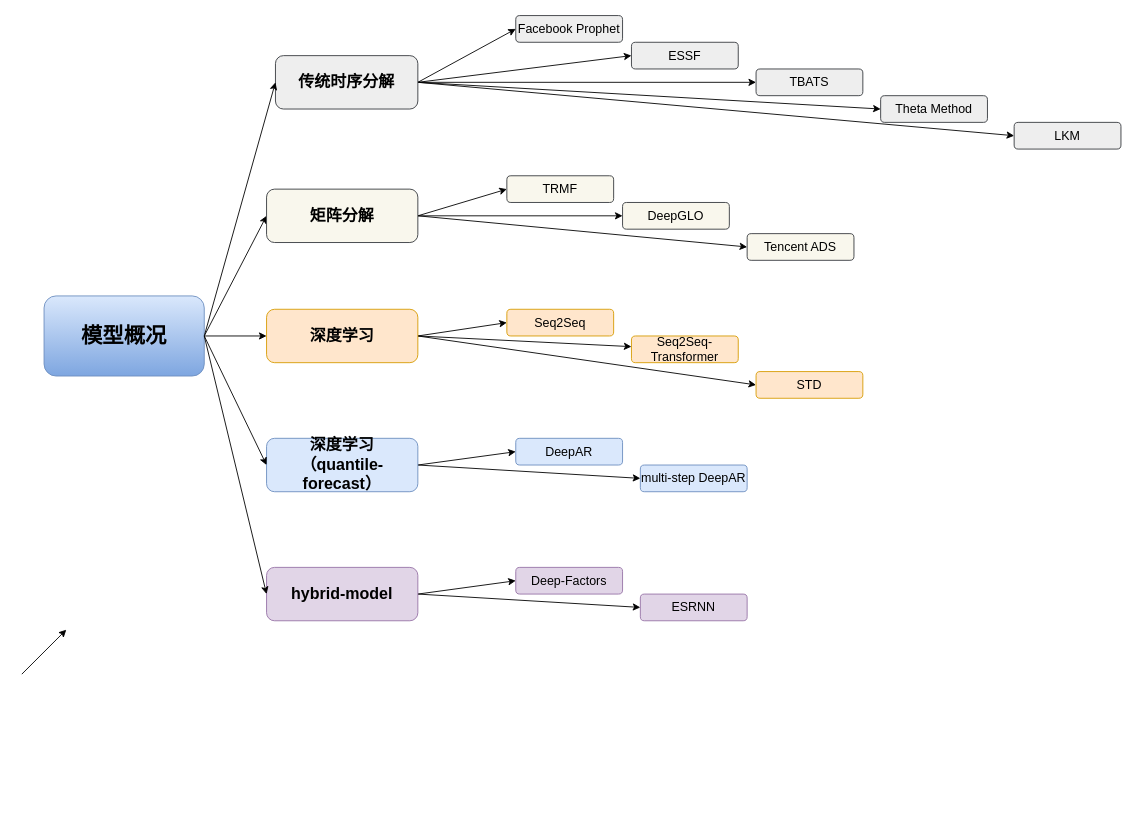
Before: Untitled Diagram.drawio in lennonmwy/lennonmwy1, a draw.io diagram. Source tidied: cells renumbered, new cells numbered last; positions are measured from the earlier drawing's top-left corner, leaving out a move shared by most shapes. Both pictures are drawn from the tidied source at 89%, with x=0, y=0 at pixel (21, 15).
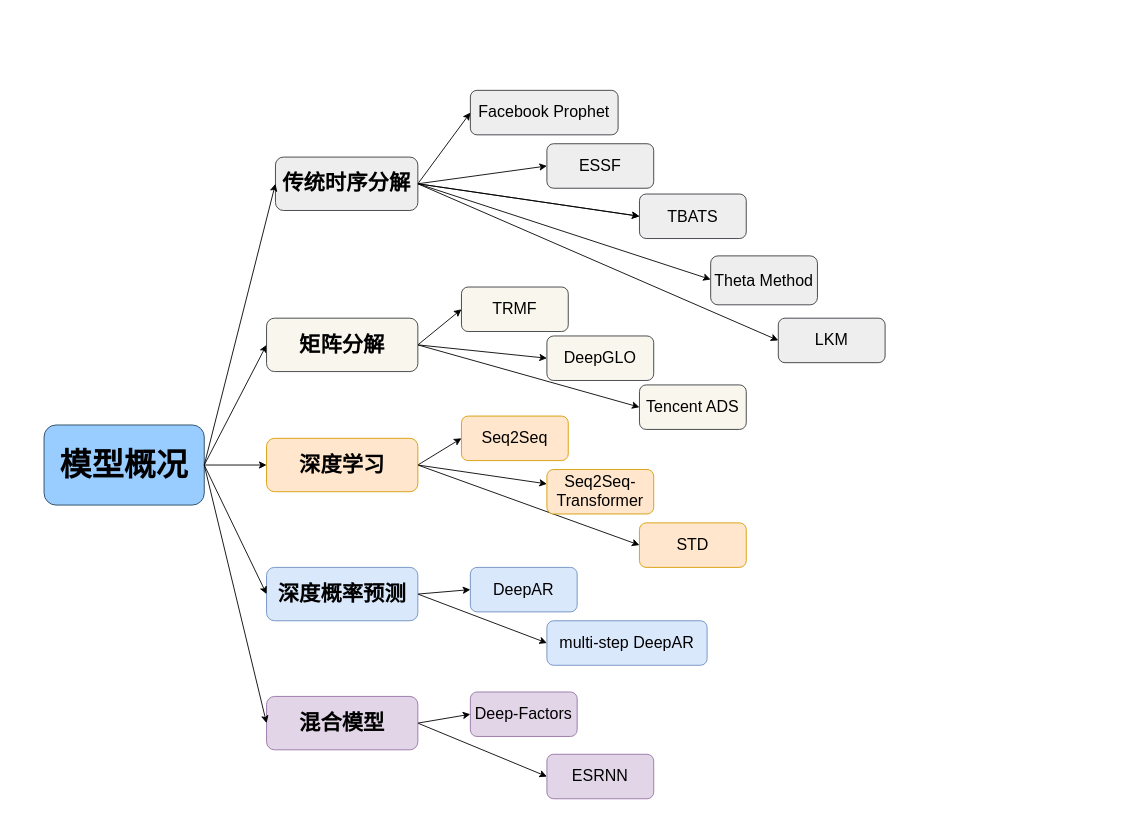
The same page after the edit.

Diff of the diagram source:
```diff
@@
     <mxCell id="2" style="endArrow=classic;html=1;entryX=0;entryY=0.5;entryDx=0;entryDy=0;exitX=1;exitY=0.5;exitDx=0;exitDy=0;" parent="1" edge="1" target="7">
       <mxGeometry relative="1" as="geometry">
-        <mxPoint x="205" y="360" as="sourcePoint" />
+        <mxPoint x="205" y="505" as="sourcePoint" />
       </mxGeometry>
     </mxCell>
-    <mxCell id="3" value="&lt;font style=&quot;font-size: 24px&quot;&gt;&lt;b&gt;模型概况&lt;/b&gt;&lt;/font&gt;" style="rounded=1;whiteSpace=wrap;html=1;fillColor=#dae8fc;strokeColor=#6c8ebf;gradientColor=#7ea6e0;" parent="1" vertex="1">
-      <mxGeometry x="25" y="315" width="180" height="90" as="geometry" />
+    <mxCell id="3" value="&lt;font style=&quot;font-size: 36px&quot;&gt;&lt;b&gt;模型概况&lt;/b&gt;&lt;/font&gt;" style="rounded=1;whiteSpace=wrap;html=1;fillColor=#99CCFF;strokeColor=#23445d;" parent="1" vertex="1">
+      <mxGeometry x="25" y="460" width="180" height="90" as="geometry" />
     </mxCell>
@@
-    <mxCell id="7" value="&lt;font style=&quot;font-size: 18px&quot;&gt;&lt;b&gt;矩阵分解&lt;/b&gt;&lt;/font&gt;" style="rounded=1;whiteSpace=wrap;html=1;fillColor=#f9f7ed;strokeColor=#36393d;" parent="1" vertex="1">
-      <mxGeometry x="275" y="195" width="170" height="60" as="geometry" />
+    <mxCell id="7" value="&lt;font style=&quot;font-size: 24px&quot;&gt;&lt;b&gt;矩阵分解&lt;/b&gt;&lt;/font&gt;" style="rounded=1;whiteSpace=wrap;html=1;fillColor=#f9f7ed;strokeColor=#36393d;" parent="1" vertex="1">
+      <mxGeometry x="275" y="340" width="170" height="60" as="geometry" />
     </mxCell>
@@
-    <mxCell id="11" value="&lt;font style=&quot;font-size: 18px&quot;&gt;&lt;b&gt;深度学习&lt;/b&gt;&lt;/font&gt;" style="rounded=1;whiteSpace=wrap;html=1;fillColor=#ffe6cc;strokeColor=#d79b00;" parent="1" vertex="1">
-      <mxGeometry x="275" y="330" width="170" height="60" as="geometry" />
+    <mxCell id="11" value="&lt;font style=&quot;font-size: 24px&quot;&gt;&lt;b&gt;深度学习&lt;/b&gt;&lt;/font&gt;" style="rounded=1;whiteSpace=wrap;html=1;fillColor=#ffe6cc;strokeColor=#d79b00;" parent="1" vertex="1">
+      <mxGeometry x="275" y="475" width="170" height="60" as="geometry" />
     </mxCell>
@@
-    <mxCell id="14" value="&lt;font style=&quot;font-size: 18px&quot;&gt;&lt;b&gt;深度学习&lt;br&gt;（quantile-forecast）&lt;/b&gt;&lt;/font&gt;" style="rounded=1;whiteSpace=wrap;html=1;fillColor=#dae8fc;strokeColor=#6c8ebf;" parent="1" vertex="1">
-      <mxGeometry x="275" y="475" width="170" height="60" as="geometry" />
+    <mxCell id="14" value="&lt;span style=&quot;font-size: 24px&quot;&gt;&lt;b&gt;深度概率预测&lt;/b&gt;&lt;/span&gt;" style="rounded=1;whiteSpace=wrap;html=1;fillColor=#dae8fc;strokeColor=#6c8ebf;" parent="1" vertex="1">
+      <mxGeometry x="275" y="620" width="170" height="60" as="geometry" />
     </mxCell>
@@
-    <mxCell id="17" value="&lt;font style=&quot;font-size: 18px&quot;&gt;&lt;b&gt;hybrid-model&lt;/b&gt;&lt;/font&gt;" style="rounded=1;whiteSpace=wrap;html=1;fillColor=#e1d5e7;strokeColor=#9673a6;" parent="1" vertex="1">
-      <mxGeometry x="275" y="620" width="170" height="60" as="geometry" />
+    <mxCell id="17" value="&lt;b&gt;&lt;font style=&quot;font-size: 24px&quot;&gt;混合模型&lt;/font&gt;&lt;/b&gt;" style="rounded=1;whiteSpace=wrap;html=1;fillColor=#e1d5e7;strokeColor=#9673a6;" parent="1" vertex="1">
+      <mxGeometry x="275" y="765" width="170" height="60" as="geometry" />
     </mxCell>
     <mxCell id="18" style="endArrow=classic;html=1;entryX=0;entryY=0.5;entryDx=0;entryDy=0;exitX=1;exitY=0.5;exitDx=0;exitDy=0;" parent="1" edge="1" target="11">
       <mxGeometry relative="1" as="geometry">
-        <mxPoint x="205" y="360" as="sourcePoint" />
+        <mxPoint x="205" y="505" as="sourcePoint" />
       </mxGeometry>
     </mxCell>
-    <mxCell id="19" value="&lt;font style=&quot;font-size: 14px&quot;&gt;Facebook Prophet&lt;/font&gt;" style="rounded=1;whiteSpace=wrap;html=1;fillColor=#eeeeee;strokeColor=#36393d;" parent="1" vertex="1">
-      <mxGeometry x="555" width="120" height="30" as="geometry" />
+    <mxCell id="19" value="&lt;font style=&quot;font-size: 18px&quot;&gt;Facebook Prophet&lt;/font&gt;" style="rounded=1;whiteSpace=wrap;html=1;fillColor=#eeeeee;strokeColor=#36393d;" parent="1" vertex="1">
+      <mxGeometry x="504" y="84" width="166" height="50" as="geometry" />
     </mxCell>
-    <mxCell id="20" value="&lt;font style=&quot;font-size: 14px&quot;&gt;ESSF&lt;/font&gt;" style="rounded=1;whiteSpace=wrap;html=1;fillColor=#eeeeee;strokeColor=#36393d;" parent="1" vertex="1">
-      <mxGeometry x="685" y="30" width="120" height="30" as="geometry" />
+    <mxCell id="20" value="&lt;font style=&quot;font-size: 18px&quot;&gt;ESSF&lt;/font&gt;" style="rounded=1;whiteSpace=wrap;html=1;fillColor=#eeeeee;strokeColor=#36393d;" parent="1" vertex="1">
+      <mxGeometry x="590" y="144" width="120" height="50" as="geometry" />
     </mxCell>
-    <mxCell id="21" value="&lt;font style=&quot;font-size: 14px&quot;&gt;TBATS&lt;/font&gt;" style="rounded=1;whiteSpace=wrap;html=1;fillColor=#eeeeee;strokeColor=#36393d;" parent="1" vertex="1">
-      <mxGeometry x="825" y="60" width="120" height="30" as="geometry" />
-    </mxCell>
@@
-    <mxCell id="25" style="edgeStyle=none;rounded=0;jettySize=auto;html=1;exitX=1;exitY=0.5;exitDx=0;exitDy=0;entryX=0;entryY=0.5;entryDx=0;entryDy=0;" parent="1" edge="1" source="27" target="29">
-      <mxGeometry relative="1" as="geometry" />
+    <mxCell id="25" style="edgeStyle=none;rounded=0;jettySize=auto;html=1;exitX=1;exitY=0.5;exitDx=0;exitDy=0;entryX=0;entryY=0.5;entryDx=0;entryDy=0;" parent="1" edge="1" source="27">
+      <mxGeometry relative="1" as="geometry">
+        <mxPoint x="774" y="296.5" as="targetPoint" />
+      </mxGeometry>
     </mxCell>
@@
-    <mxCell id="27" value="&lt;font style=&quot;font-size: 18px&quot;&gt;&lt;b&gt;传统时序分解&lt;/b&gt;&lt;/font&gt;" style="rounded=1;whiteSpace=wrap;html=1;fillColor=#eeeeee;strokeColor=#36393d;" parent="1" vertex="1">
-      <mxGeometry x="285" y="45" width="160" height="60" as="geometry" />
+    <mxCell id="27" value="&lt;font style=&quot;font-size: 24px&quot;&gt;&lt;b&gt;传统时序分解&lt;/b&gt;&lt;/font&gt;" style="rounded=1;whiteSpace=wrap;html=1;fillColor=#eeeeee;strokeColor=#36393d;" parent="1" vertex="1">
+      <mxGeometry x="285" y="159" width="160" height="60" as="geometry" />
     </mxCell>
     <mxCell id="28" style="endArrow=classic;html=1;entryX=0;entryY=0.5;entryDx=0;entryDy=0;exitX=1;exitY=0.5;exitDx=0;exitDy=0;" parent="1" edge="1" target="27">
       <mxGeometry relative="1" as="geometry">
-        <mxPoint x="205" y="360" as="sourcePoint" />
+        <mxPoint x="205" y="505" as="sourcePoint" />
       </mxGeometry>
     </mxCell>
-    <mxCell id="29" value="&lt;font style=&quot;font-size: 14px&quot;&gt;Theta Method&lt;/font&gt;" style="rounded=1;whiteSpace=wrap;html=1;fillColor=#eeeeee;strokeColor=#36393d;" parent="1" vertex="1">
-      <mxGeometry x="965" y="90" width="120" height="30" as="geometry" />
+    <mxCell id="29" value="&lt;font style=&quot;font-size: 18px&quot;&gt;Theta Method&lt;/font&gt;" style="rounded=1;whiteSpace=wrap;html=1;fillColor=#eeeeee;strokeColor=#36393d;" parent="1" vertex="1">
+      <mxGeometry x="774" y="270" width="120" height="55" as="geometry" />
     </mxCell>
-    <mxCell id="30" value="&lt;font style=&quot;font-size: 14px&quot;&gt;LKM&lt;/font&gt;" style="rounded=1;whiteSpace=wrap;html=1;fillColor=#eeeeee;strokeColor=#36393d;" parent="1" vertex="1">
-      <mxGeometry x="1115" y="120" width="120" height="30" as="geometry" />
+    <mxCell id="30" value="&lt;font style=&quot;font-size: 18px&quot;&gt;LKM&lt;/font&gt;" style="rounded=1;whiteSpace=wrap;html=1;fillColor=#eeeeee;strokeColor=#36393d;" parent="1" vertex="1">
+      <mxGeometry x="850" y="340" width="120" height="50" as="geometry" />
     </mxCell>
-    <mxCell id="31" value="&lt;font style=&quot;font-size: 14px&quot;&gt;TRMF&lt;/font&gt;" style="rounded=1;whiteSpace=wrap;html=1;fillColor=#f9f7ed;strokeColor=#36393d;" parent="1" vertex="1">
-      <mxGeometry x="545" y="180" width="120" height="30" as="geometry" />
+    <mxCell id="31" value="&lt;font style=&quot;font-size: 18px&quot;&gt;TRMF&lt;/font&gt;" style="rounded=1;whiteSpace=wrap;html=1;fillColor=#f9f7ed;strokeColor=#36393d;" parent="1" vertex="1">
+      <mxGeometry x="494" y="305" width="120" height="50" as="geometry" />
     </mxCell>
-    <mxCell id="32" value="&lt;font style=&quot;font-size: 14px&quot;&gt;DeepGLO&lt;/font&gt;" style="rounded=1;whiteSpace=wrap;html=1;fillColor=#f9f7ed;strokeColor=#36393d;" parent="1" vertex="1">
-      <mxGeometry x="675" y="210" width="120" height="30" as="geometry" />
+    <mxCell id="32" value="&lt;font style=&quot;font-size: 18px&quot;&gt;DeepGLO&lt;/font&gt;" style="rounded=1;whiteSpace=wrap;html=1;fillColor=#f9f7ed;strokeColor=#36393d;" parent="1" vertex="1">
+      <mxGeometry x="590" y="360" width="120" height="50" as="geometry" />
     </mxCell>
-    <mxCell id="33" value="&lt;font style=&quot;font-size: 14px&quot;&gt;Tencent ADS&lt;/font&gt;" style="rounded=1;whiteSpace=wrap;html=1;fillColor=#f9f7ed;strokeColor=#36393d;" parent="1" vertex="1">
-      <mxGeometry x="815" y="245" width="120" height="30" as="geometry" />
+    <mxCell id="33" value="&lt;font style=&quot;font-size: 18px&quot;&gt;Tencent ADS&lt;/font&gt;" style="rounded=1;whiteSpace=wrap;html=1;fillColor=#f9f7ed;strokeColor=#36393d;" parent="1" vertex="1">
+      <mxGeometry x="694" y="415" width="120" height="50" as="geometry" />
     </mxCell>
-    <mxCell id="34" value="&lt;font style=&quot;font-size: 14px&quot;&gt;Seq2Seq&lt;/font&gt;" style="rounded=1;whiteSpace=wrap;html=1;fillColor=#ffe6cc;strokeColor=#d79b00;" parent="1" vertex="1">
-      <mxGeometry x="545" y="330" width="120" height="30" as="geometry" />
+    <mxCell id="34" value="&lt;font style=&quot;font-size: 18px&quot;&gt;Seq2Seq&lt;/font&gt;" style="rounded=1;whiteSpace=wrap;html=1;fillColor=#ffe6cc;strokeColor=#d79b00;" parent="1" vertex="1">
+      <mxGeometry x="494" y="450" width="120" height="50" as="geometry" />
     </mxCell>
-    <mxCell id="35" value="&lt;font style=&quot;font-size: 14px&quot;&gt;Seq2Seq-Transformer&lt;/font&gt;" style="rounded=1;whiteSpace=wrap;html=1;fillColor=#ffe6cc;strokeColor=#d79b00;" parent="1" vertex="1">
-      <mxGeometry x="685" y="360" width="120" height="30" as="geometry" />
+    <mxCell id="35" value="&lt;font style=&quot;font-size: 18px&quot;&gt;Seq2Seq-Transformer&lt;/font&gt;" style="rounded=1;whiteSpace=wrap;html=1;fillColor=#ffe6cc;strokeColor=#d79b00;" parent="1" vertex="1">
+      <mxGeometry x="590" y="510" width="120" height="50" as="geometry" />
     </mxCell>
-    <mxCell id="36" value="&lt;font style=&quot;font-size: 14px&quot;&gt;STD&lt;/font&gt;" style="rounded=1;whiteSpace=wrap;html=1;fillColor=#ffe6cc;strokeColor=#d79b00;" parent="1" vertex="1">
-      <mxGeometry x="825" y="400" width="120" height="30" as="geometry" />
+    <mxCell id="36" value="&lt;font style=&quot;font-size: 18px&quot;&gt;STD&lt;/font&gt;" style="rounded=1;whiteSpace=wrap;html=1;fillColor=#ffe6cc;strokeColor=#d79b00;" parent="1" vertex="1">
+      <mxGeometry x="694" y="570" width="120" height="50" as="geometry" />
     </mxCell>
-    <mxCell id="37" value="&lt;font style=&quot;font-size: 14px&quot;&gt;DeepAR&lt;/font&gt;" style="rounded=1;whiteSpace=wrap;html=1;fillColor=#dae8fc;strokeColor=#6c8ebf;" parent="1" vertex="1">
-      <mxGeometry x="555" y="475" width="120" height="30" as="geometry" />
+    <mxCell id="37" value="&lt;font style=&quot;font-size: 18px&quot;&gt;DeepAR&lt;/font&gt;" style="rounded=1;whiteSpace=wrap;html=1;fillColor=#dae8fc;strokeColor=#6c8ebf;" parent="1" vertex="1">
+      <mxGeometry x="504" y="620" width="120" height="50" as="geometry" />
     </mxCell>
-    <mxCell id="38" value="&lt;font style=&quot;font-size: 14px&quot;&gt;multi-step DeepAR&lt;/font&gt;" style="rounded=1;whiteSpace=wrap;html=1;fillColor=#dae8fc;strokeColor=#6c8ebf;" parent="1" vertex="1">
-      <mxGeometry x="695" y="505" width="120" height="30" as="geometry" />
+    <mxCell id="38" value="&lt;font style=&quot;font-size: 18px&quot;&gt;multi-step DeepAR&lt;/font&gt;" style="rounded=1;whiteSpace=wrap;html=1;fillColor=#dae8fc;strokeColor=#6c8ebf;" parent="1" vertex="1">
+      <mxGeometry x="590" y="680" width="180" height="50" as="geometry" />
     </mxCell>
-    <mxCell id="39" value="&lt;font style=&quot;font-size: 14px&quot;&gt;Deep-Factors&lt;/font&gt;" style="rounded=1;whiteSpace=wrap;html=1;fillColor=#e1d5e7;strokeColor=#9673a6;" parent="1" vertex="1">
-      <mxGeometry x="555" y="620" width="120" height="30" as="geometry" />
+    <mxCell id="39" value="&lt;font style=&quot;font-size: 18px&quot;&gt;Deep-Factors&lt;/font&gt;" style="rounded=1;whiteSpace=wrap;html=1;fillColor=#e1d5e7;strokeColor=#9673a6;" parent="1" vertex="1">
+      <mxGeometry x="504" y="760" width="120" height="50" as="geometry" />
     </mxCell>
-    <mxCell id="40" value="&lt;font style=&quot;font-size: 14px&quot;&gt;ESRNN&lt;/font&gt;" style="rounded=1;whiteSpace=wrap;html=1;fillColor=#e1d5e7;strokeColor=#9673a6;" parent="1" vertex="1">
-      <mxGeometry x="695" y="650" width="120" height="30" as="geometry" />
+    <mxCell id="40" value="&lt;font style=&quot;font-size: 18px&quot;&gt;ESRNN&lt;/font&gt;" style="rounded=1;whiteSpace=wrap;html=1;fillColor=#e1d5e7;strokeColor=#9673a6;" parent="1" vertex="1">
+      <mxGeometry x="590" y="830" width="120" height="50" as="geometry" />
     </mxCell>
     <mxCell id="41" style="endArrow=classic;html=1;entryX=0;entryY=0.5;entryDx=0;entryDy=0;exitX=1;exitY=0.5;exitDx=0;exitDy=0;" parent="1" edge="1" target="14">
       <mxGeometry relative="1" as="geometry">
-        <mxPoint x="205" y="360" as="sourcePoint" />
+        <mxPoint x="205" y="505" as="sourcePoint" />
       </mxGeometry>
     </mxCell>
     <mxCell id="42" style="endArrow=classic;html=1;entryX=0;entryY=0.5;entryDx=0;entryDy=0;exitX=1;exitY=0.5;exitDx=0;exitDy=0;" parent="1" edge="1" target="17">
       <mxGeometry relative="1" as="geometry">
-        <mxPoint x="205" y="360" as="sourcePoint" />
+        <mxPoint x="205" y="505" as="sourcePoint" />
       </mxGeometry>
     </mxCell>
-    <mxCell id="43" style="endArrow=classic;html=1;" parent="1" edge="1">
-      <mxGeometry relative="1" as="geometry">
-        <mxPoint y="740" as="sourcePoint" />
-        <mxPoint x="50" y="690" as="targetPoint" />
-      </mxGeometry>
-    </mxCell>
+    <mxCell id="21" value="&lt;font style=&quot;font-size: 18px&quot;&gt;TBATS&lt;/font&gt;" style="rounded=1;whiteSpace=wrap;html=1;fillColor=#eeeeee;strokeColor=#36393d;" parent="1" vertex="1">
+      <mxGeometry x="694" y="200.5" width="120" height="50" as="geometry" />
+    </mxCell>
+    <mxCell id="44" style="edgeStyle=none;rounded=0;jettySize=auto;html=1;exitX=1;exitY=0.5;exitDx=0;exitDy=0;entryX=0;entryY=0.5;entryDx=0;entryDy=0;" parent="1" edge="1" source="27" target="21">
+      <mxGeometry relative="1" as="geometry" />
+    </mxCell>
```
